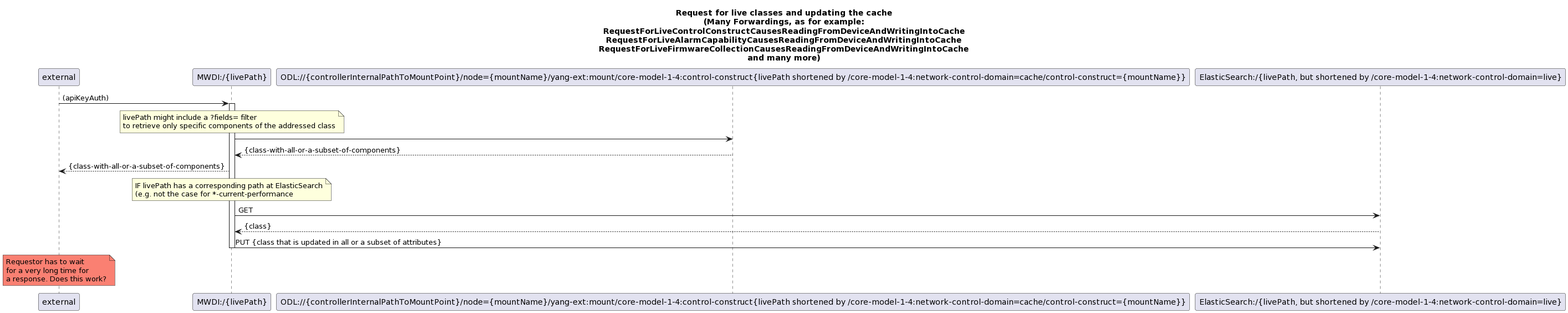
This is spec/diagrams/500_LiveRessourcePathWithCacheUpdate.png from openBackhaul/MicroWaveDeviceInventory, a PlantUML export, as it was before one commit.
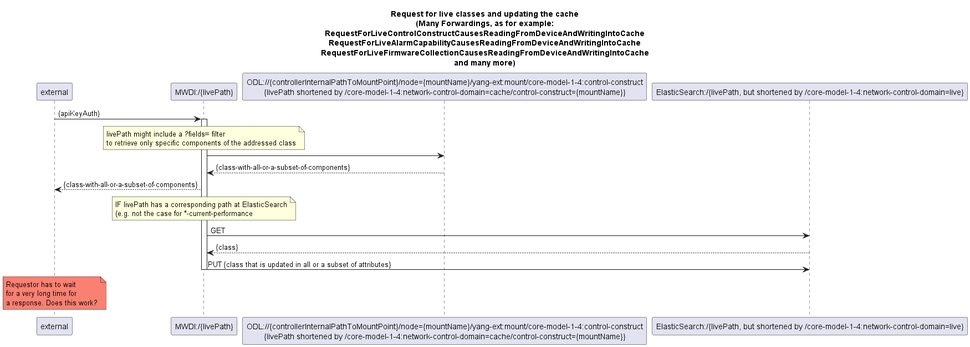
The same diagram one commit later.

What changed in the source:
```diff
@@ -1,4 +1,4 @@
-@startuml
+@startuml 500_LiveRessourcePathWithCacheUpdate
 skinparam responseMessageBelowArrow true
 
 title
@@ -13,7 +13,7 @@
 
 participant "external" as requestor
 participant "MWDI:/{livePath}" as LiveControlConstructClass
-participant "ODL://{controllerInternalPathToMountPoint}/node={mountName}/yang-ext:mount/core-model-1-4:control-construct{livePath shortened by /core-model-1-4:network-control-domain=cache/control-construct={mountName}}" as OdlControlConstructClass
+participant "ODL://{controllerInternalPathToMountPoint}/node={mountName}/yang-ext:mount/core-model-1-4:control-construct\n{livePath shortened by /core-model-1-4:network-control-domain=cache/control-construct={mountName}}" as OdlControlConstructClass
 participant "ElasticSearch:/{livePath, but shortened by /core-model-1-4:network-control-domain=live}" as EsControlConstructClass
 
 
@@ -44,4 +44,5 @@
 skinparam NoteBackgroundColor salmon
 note over requestor: Requestor has to wait \nfor a very long time for \na response. Does this work?
 skinparam NoteBackgroundColor default
+
 @enduml
```
